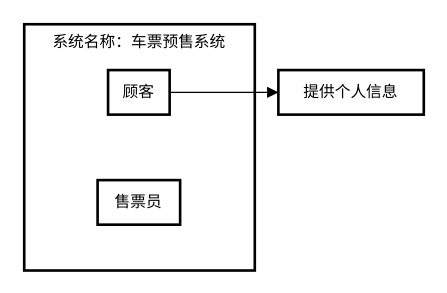
Before: 未命名绘图.drawio in wxj881027/wxj881027, a draw.io diagram. Source tidied: cells renumbered, new cells numbered last; positions are measured from the earlier drawing's top-left corner, leaving out a move shared by most shapes. Both pictures are drawn from the tidied source at 131%, with x=0, y=0 at pixel (24, 24).
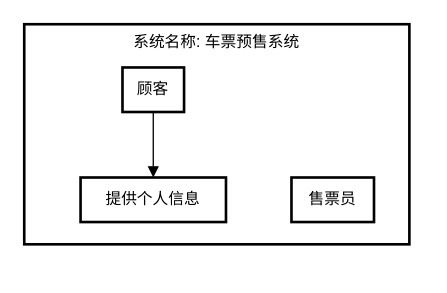
Above is the later version.

Commit message (it also covers changes not shown here):
已添加 未命名绘图.drawio

Diff of the diagram source:
```diff
@@
 <mxGraphModel>
   <root>
     <mxCell id="0" />
     <mxCell id="1" parent="0" />
-    <mxCell id="2" value="系统名称：车票预售系统" style="whiteSpace=wrap;strokeWidth=2;verticalAlign=top;" parent="1" vertex="1">
-      <mxGeometry width="176" height="188" as="geometry" />
+    <mxCell id="2" value="系统名称: 车票预售系统" style="whiteSpace=wrap;strokeWidth=2;verticalAlign=top;" parent="1" vertex="1">
+      <mxGeometry width="294" height="168" as="geometry" />
     </mxCell>
-    <mxCell id="3" value="顾客" style="whiteSpace=wrap;strokeWidth=2;" parent="1" vertex="1">
-      <mxGeometry x="64" y="35" width="47" height="34" as="geometry" />
+    <mxCell id="3" value="顾客" style="whiteSpace=wrap;strokeWidth=2;" parent="2" vertex="1">
+      <mxGeometry x="75" y="33" width="47" height="34" as="geometry" />
     </mxCell>
-    <mxCell id="4" value="售票员" style="whiteSpace=wrap;strokeWidth=2;" parent="1" vertex="1">
-      <mxGeometry x="56" y="119" width="63" height="34" as="geometry" />
+    <mxCell id="4" value="提供个人信息" style="whiteSpace=wrap;strokeWidth=2;" parent="2" vertex="1">
+      <mxGeometry x="43" y="117" width="111" height="34" as="geometry" />
     </mxCell>
-    <mxCell id="5" value="提供个人信息" style="whiteSpace=wrap;strokeWidth=2;" parent="1" vertex="1">
-      <mxGeometry x="194" y="35" width="111" height="34" as="geometry" />
+    <mxCell id="5" value="售票员" style="whiteSpace=wrap;strokeWidth=2;" parent="2" vertex="1">
+      <mxGeometry x="204" y="117" width="63" height="34" as="geometry" />
     </mxCell>
-    <mxCell id="6" style="curved=1;startArrow=none;endArrow=block;exitX=1;exitY=0.5;entryX=0;entryY=0.5;" parent="1" edge="1" source="3" target="5">
+    <mxCell id="6" style="curved=1;startArrow=none;endArrow=block;exitX=0.5;exitY=1;entryX=0.5;entryY=0;" parent="2" edge="1" source="3" target="4">
       <mxGeometry relative="1" as="geometry" />
     </mxCell>
   </root>
 </mxGraphModel>
```
